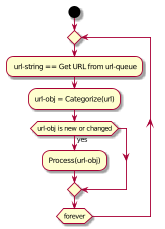
Before: design/diagrams/worker02.png, a diagram exported from PlantUML (brochwerger/crawler).
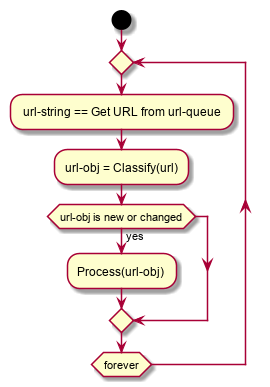
After the commit.

Commit message:
Categorize renamed Classify (better name)

Diff of the diagram source:
```diff
@@ -5,7 +5,7 @@
 : url-string == Get URL from url-queue;
 
 
-:url-obj = Categorize(url);
+:url-obj = Classify(url);
 
 if (url-obj is new or changed) then (yes)
     :Process(url-obj);
```
